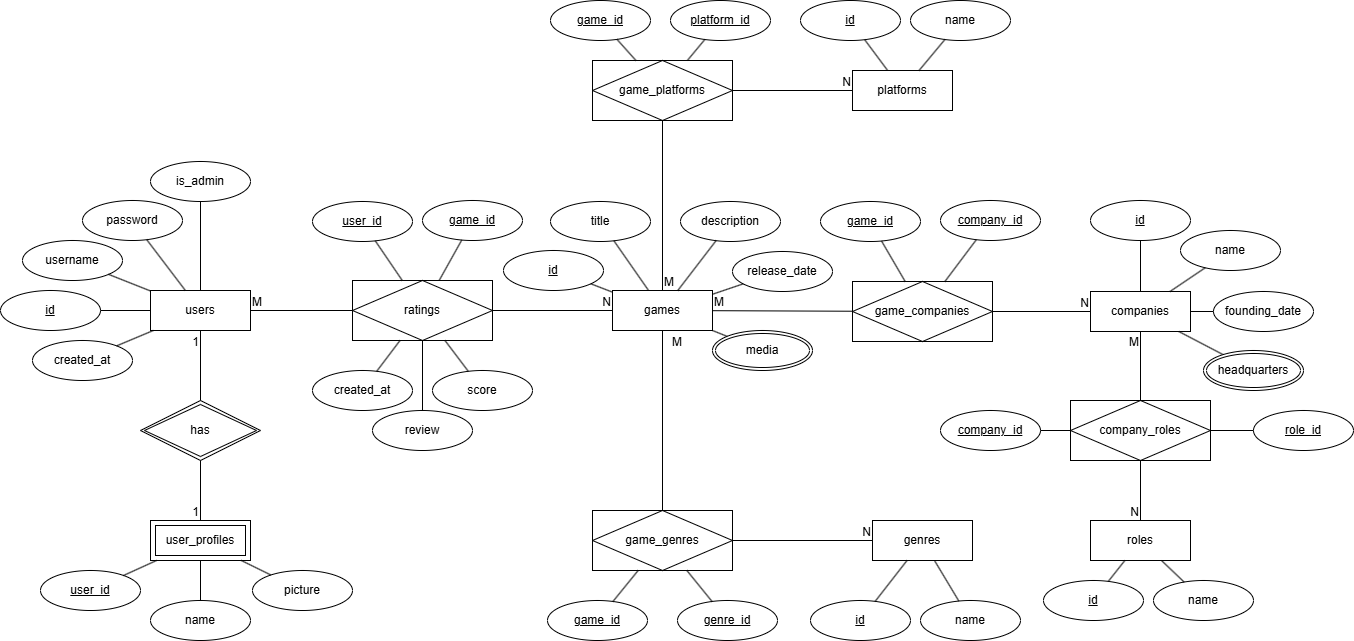
The draw.io diagram docs/Entity Relationship Diagram.png in billdansr/sweet-potato, before a commit. Source tidied: cells renumbered, new cells last; positions are measured from the earlier drawing's top-left corner, leaving out a move shared by most shapes.
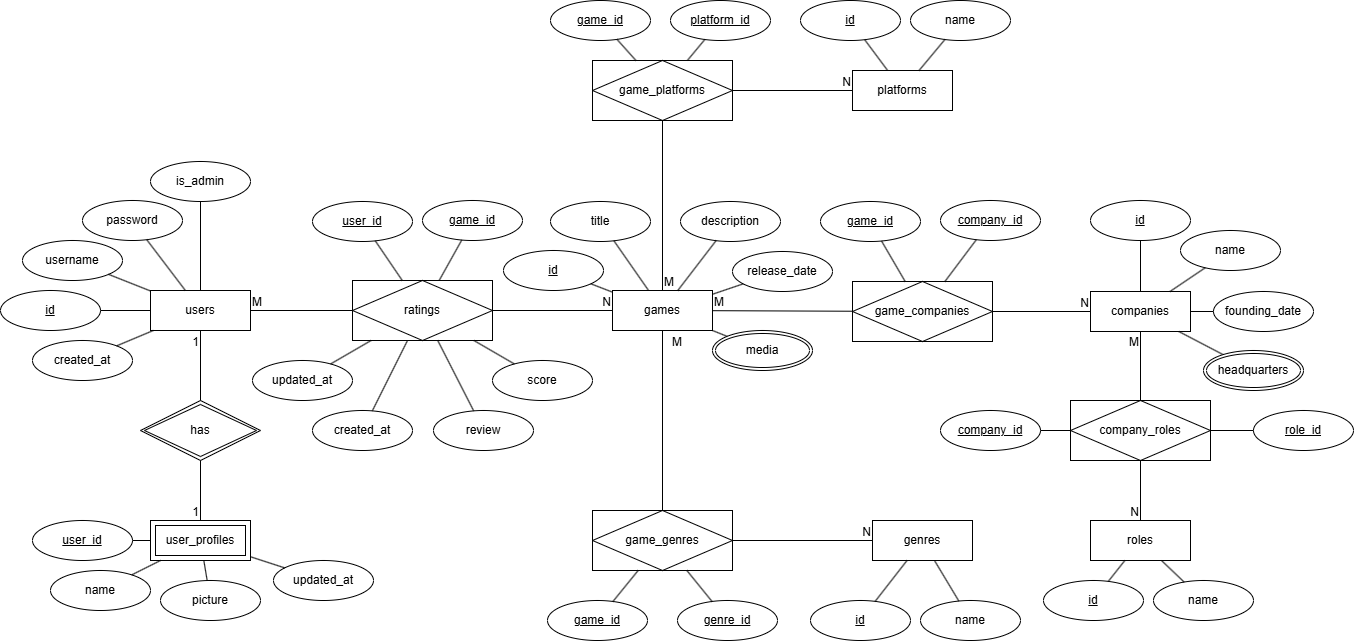
After the change.

What changed in the source:
```diff
@@ -36,7 +36,7 @@
       <mxGeometry x="82" y="200" width="100" height="40" as="geometry" />
     </mxCell>
     <mxCell id="13" value="created_at" style="ellipse;whiteSpace=wrap;html=1;align=center;" parent="1" vertex="1">
-      <mxGeometry x="312" y="370" width="100" height="40" as="geometry" />
+      <mxGeometry x="312" y="410" width="100" height="40" as="geometry" />
     </mxCell>
     <mxCell id="14" value="created_at" style="ellipse;whiteSpace=wrap;html=1;align=center;" parent="1" vertex="1">
       <mxGeometry x="32" y="340" width="100" height="40" as="geometry" />
@@ -48,10 +48,10 @@
       <mxGeometry x="422" y="200" width="100" height="40" as="geometry" />
     </mxCell>
     <mxCell id="17" value="review" style="ellipse;whiteSpace=wrap;html=1;align=center;" parent="1" vertex="1">
-      <mxGeometry x="372" y="410" width="100" height="40" as="geometry" />
+      <mxGeometry x="433" y="410" width="100" height="40" as="geometry" />
     </mxCell>
     <mxCell id="18" value="score" style="ellipse;whiteSpace=wrap;html=1;align=center;" parent="1" vertex="1">
-      <mxGeometry x="432" y="370" width="100" height="40" as="geometry" />
+      <mxGeometry x="492" y="360" width="100" height="40" as="geometry" />
     </mxCell>
     <mxCell id="19" value="title" style="ellipse;whiteSpace=wrap;html=1;align=center;" parent="1" vertex="1">
       <mxGeometry x="550" y="201" width="100" height="40" as="geometry" />
@@ -292,19 +292,19 @@
       </mxGeometry>
     </mxCell>
     <mxCell id="96" value="user_id" style="ellipse;whiteSpace=wrap;html=1;align=center;fontStyle=4;" parent="1" vertex="1">
-      <mxGeometry x="40" y="570" width="100" height="40" as="geometry" />
+      <mxGeometry x="32" y="520" width="100" height="40" as="geometry" />
     </mxCell>
     <mxCell id="97" style="endArrow=none;html=1;rounded=0;" parent="1" edge="1" source="91" target="96">
       <mxGeometry relative="1" as="geometry" />
     </mxCell>
     <mxCell id="98" value="name" style="ellipse;whiteSpace=wrap;html=1;align=center;" parent="1" vertex="1">
-      <mxGeometry x="150" y="600" width="100" height="40" as="geometry" />
+      <mxGeometry x="50" y="570" width="100" height="40" as="geometry" />
     </mxCell>
     <mxCell id="99" style="endArrow=none;html=1;rounded=0;" parent="1" edge="1" source="91" target="98">
       <mxGeometry relative="1" as="geometry" />
     </mxCell>
     <mxCell id="100" value="picture" style="ellipse;whiteSpace=wrap;html=1;align=center;" parent="1" vertex="1">
-      <mxGeometry x="252" y="570" width="100" height="40" as="geometry" />
+      <mxGeometry x="160" y="580" width="100" height="40" as="geometry" />
     </mxCell>
     <mxCell id="101" style="endArrow=none;html=1;rounded=0;" parent="1" edge="1" source="91" target="100">
       <mxGeometry relative="1" as="geometry" />
@@ -353,5 +353,17 @@
     <mxCell id="115" style="endArrow=none;html=1;rounded=0;" parent="1" edge="1" source="112" target="102">
       <mxGeometry relative="1" as="geometry" />
     </mxCell>
+    <mxCell id="116" value="updated_at" style="ellipse;whiteSpace=wrap;html=1;align=center;" parent="1" vertex="1">
+      <mxGeometry x="273" y="560" width="100" height="40" as="geometry" />
+    </mxCell>
+    <mxCell id="117" style="endArrow=none;html=1;rounded=0;" parent="1" edge="1" source="91" target="116">
+      <mxGeometry relative="1" as="geometry" />
+    </mxCell>
+    <mxCell id="118" value="updated_at" style="ellipse;whiteSpace=wrap;html=1;align=center;" parent="1" vertex="1">
+      <mxGeometry x="252" y="360" width="100" height="40" as="geometry" />
+    </mxCell>
+    <mxCell id="119" style="endArrow=none;html=1;rounded=0;" parent="1" edge="1" source="118" target="4">
+      <mxGeometry relative="1" as="geometry" />
+    </mxCell>
   </root>
 </mxGraphModel>
```
